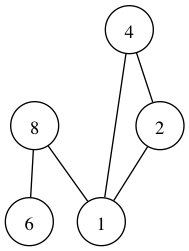
Earlier version of the Graphviz export project/caw001.txt.ig.png (chris-wood/PL241-Compiler). Its source is kept beside it as project/caw001.txt.ig.dot.
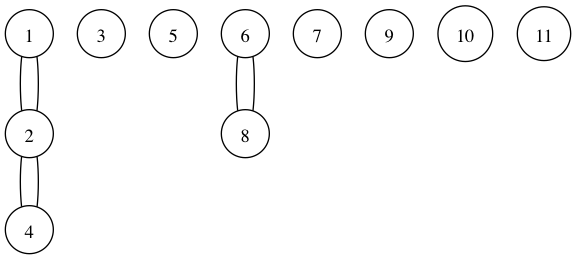
After the commit.

Change to the diagram source:
```diff
@@ -1,8 +1,20 @@
 graph interference_graph {
     node [shape = circle];
+1;
+1 -- 2;
+2;
+2 -- 4;
+2 -- 1;
+3;
+4;
+4 -- 2;
+5;
+6;
+6 -- 8;
+7;
+8;
 8 -- 6;
-8 -- 1;
-4 -- 1;
-4 -- 2;
-2 -- 1;
+9;
+10;
+11;
 }
```
